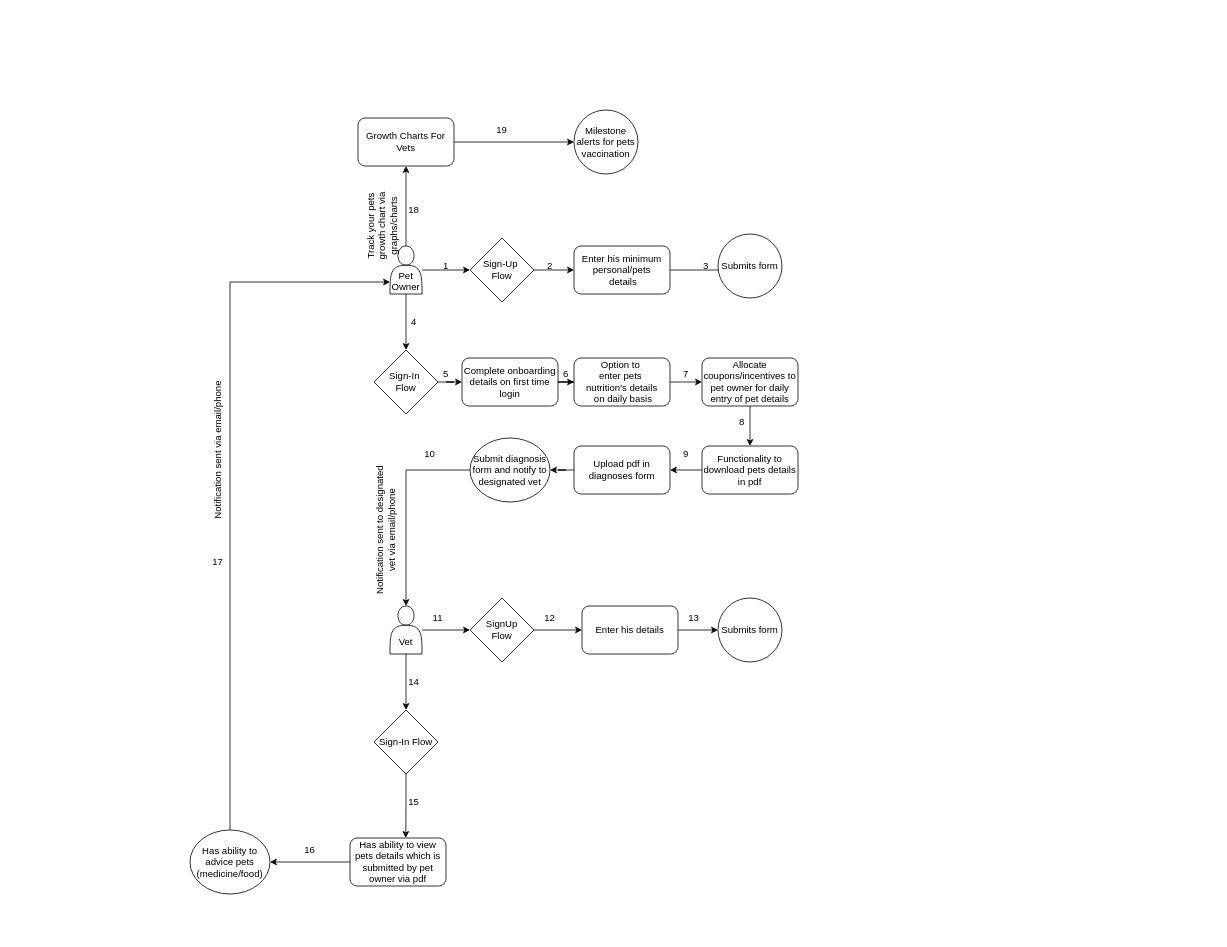
This is Pet-App-Flow.drawio from namanchopra21087/design-documents, a draw.io file, before an edit. Source tidied: cells renumbered, new cells numbered last; positions are measured from the earlier drawing's top-left corner, leaving out a move shared by most shapes. Both pictures are drawn from the tidied source at 80%, with x=0, y=0 at pixel (14, 14).
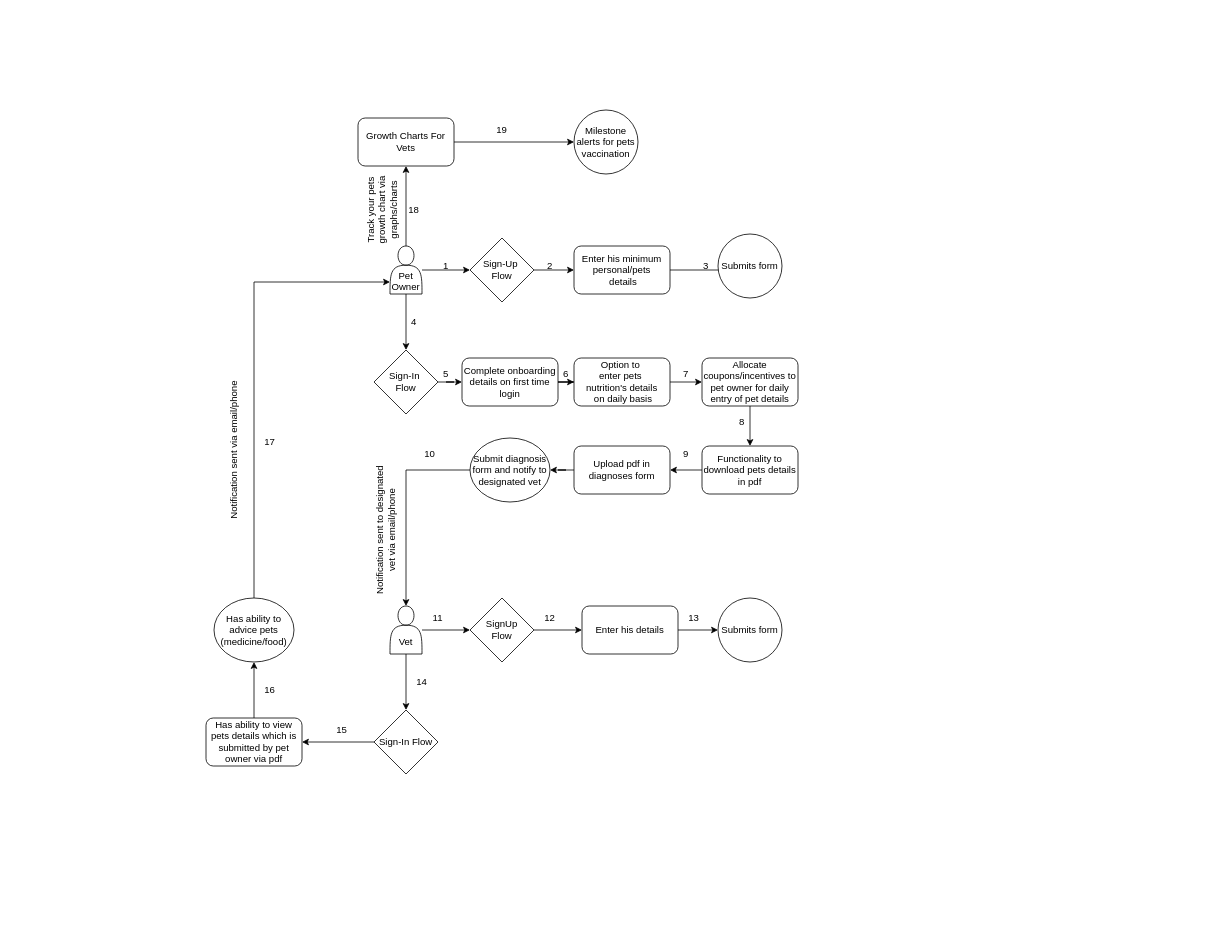
Above is the later version.

Unchanged cells that the change refers to:
```xml
<mxCell id="12" value="Sign-In Flow" style="rhombus;whiteSpace=wrap;html=1;" parent="1" vertex="1">
  <mxGeometry x="450" y="870" width="80" height="80" as="geometry" />
</mxCell>
```

The edit, as a diff of the source:
```diff
@@
     <mxCell id="14" value="Has ability to advice pets&lt;div&gt;(medicine/food)&lt;/div&gt;" style="ellipse;whiteSpace=wrap;html=1;" parent="1" vertex="1">
-      <mxGeometry x="220" y="1020" width="100" height="80" as="geometry" />
+      <mxGeometry x="250" y="730" width="100" height="80" as="geometry" />
     </mxCell>
@@
-    <mxCell id="25" style="edgeStyle=orthogonalEdgeStyle;rounded=0;jettySize=auto;html=1;entryX=1;entryY=0.5;entryDx=0;entryDy=0;" parent="1" edge="1" source="26" target="14">
+    <mxCell id="25" style="edgeStyle=orthogonalEdgeStyle;rounded=0;jettySize=auto;html=1;entryX=0.5;entryY=1;entryDx=0;entryDy=0;" parent="1" edge="1" source="26" target="14">
       <mxGeometry relative="1" as="geometry" />
     </mxCell>
     <mxCell id="26" value="Has ability to view pets details which is submitted by pet owner via pdf" style="rounded=1;whiteSpace=wrap;html=1;" parent="1" vertex="1">
-      <mxGeometry x="420" y="1030" width="120" height="60" as="geometry" />
+      <mxGeometry x="240" y="880" width="120" height="60" as="geometry" />
     </mxCell>
-    <mxCell id="27" style="edgeStyle=orthogonalEdgeStyle;rounded=0;jettySize=auto;html=1;entryX=0.581;entryY=-0.001;entryDx=0;entryDy=0;entryPerimeter=0;" parent="1" edge="1" source="12" target="26">
+    <mxCell id="27" style="edgeStyle=orthogonalEdgeStyle;rounded=0;jettySize=auto;html=1;entryX=1;entryY=0.5;entryDx=0;entryDy=0;" parent="1" edge="1" source="12" target="26">
       <mxGeometry relative="1" as="geometry" />
     </mxCell>
@@
     <mxCell id="40" value="14" style="text;html=1;align=center;verticalAlign=middle;whiteSpace=wrap;rounded=0;" parent="1" vertex="1">
-      <mxGeometry x="470" y="820" width="60" height="30" as="geometry" />
+      <mxGeometry x="480" y="820" width="60" height="30" as="geometry" />
     </mxCell>
     <mxCell id="41" value="15" style="text;html=1;align=center;verticalAlign=middle;whiteSpace=wrap;rounded=0;" parent="1" vertex="1">
-      <mxGeometry x="470" y="970" width="60" height="30" as="geometry" />
+      <mxGeometry x="380" y="880" width="60" height="30" as="geometry" />
     </mxCell>
     <mxCell id="42" value="16" style="text;html=1;align=center;verticalAlign=middle;whiteSpace=wrap;rounded=0;" parent="1" vertex="1">
-      <mxGeometry x="340" y="1030" width="60" height="30" as="geometry" />
+      <mxGeometry x="290" y="830" width="60" height="30" as="geometry" />
     </mxCell>
     <mxCell id="43" value="Notification sent via email/phone" style="text;html=1;align=center;verticalAlign=middle;whiteSpace=wrap;rounded=0;rotation=-90;" parent="1" vertex="1">
-      <mxGeometry x="90" y="530" width="330" height="30" as="geometry" />
+      <mxGeometry x="110" y="530" width="330" height="30" as="geometry" />
     </mxCell>
     <mxCell id="44" value="17" style="text;html=1;align=center;verticalAlign=middle;whiteSpace=wrap;rounded=0;" parent="1" vertex="1">
-      <mxGeometry x="225" y="670" width="60" height="30" as="geometry" />
+      <mxGeometry x="290" y="520" width="60" height="30" as="geometry" />
     </mxCell>
@@
     <mxCell id="66" value="Track your pets growth chart via graphs/charts" style="text;html=1;align=center;verticalAlign=middle;whiteSpace=wrap;rounded=0;rotation=-90;" parent="1" vertex="1">
-      <mxGeometry x="410" y="250" width="100" height="30" as="geometry" />
+      <mxGeometry x="410" y="230" width="100" height="30" as="geometry" />
     </mxCell>
```
